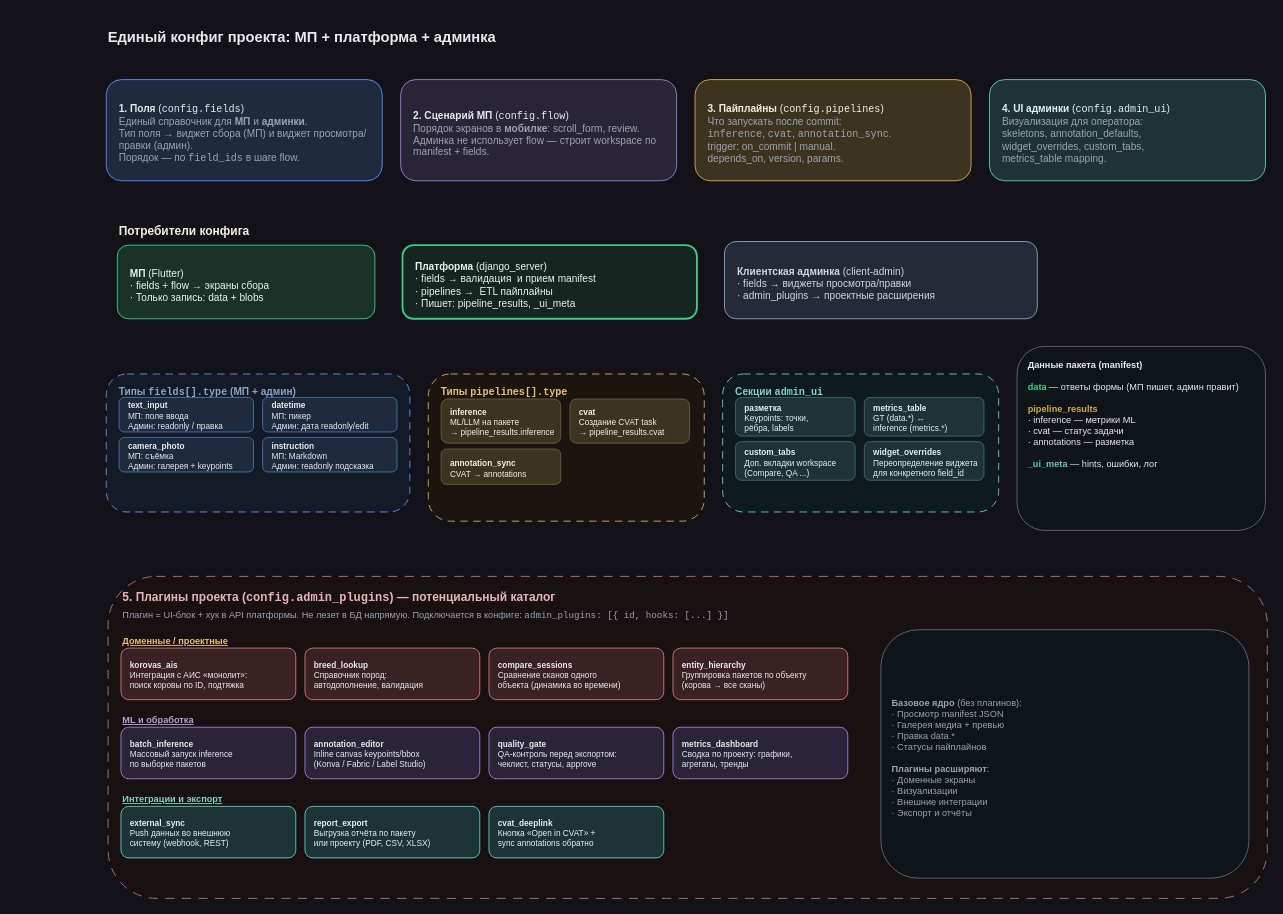
This is page "Единый конфиг — сущности (Путь C)" (1 of 2) of specs/main-scheme/07-unified-config-entities.drawio from epoch8/data-collector, a draw.io file, before an edit. Source tidied: cells renumbered, new cells numbered last; positions are measured from the earlier drawing's top-left corner, leaving out a move shared by most shapes. Both pictures are drawn from the tidied source at 92%, with x=0, y=0 at pixel (106, 22).
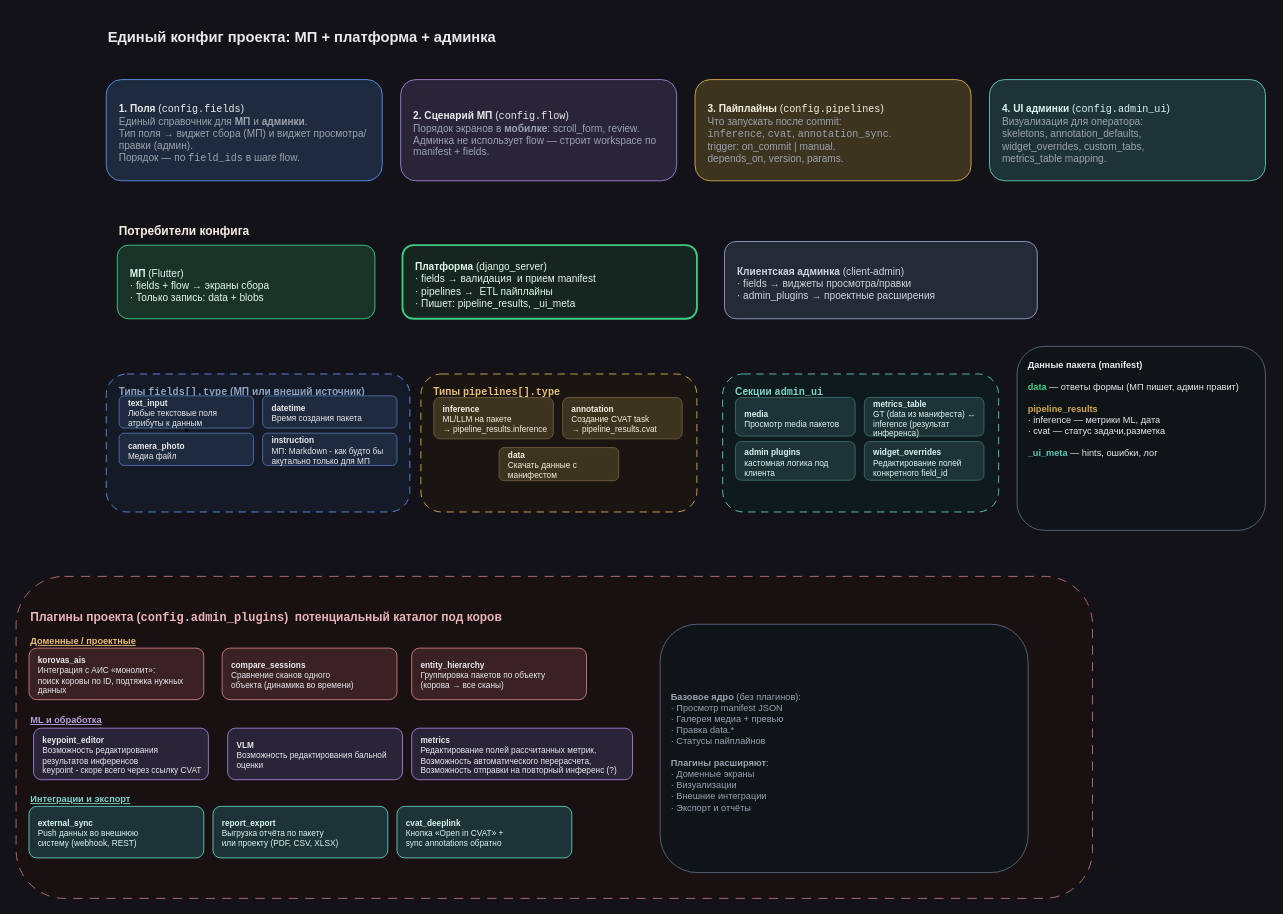
After the change.

Unchanged cells that the change refers to:
```xml
<mxCell id="15" style="group;" parent="1" vertex="1">
  <mxGeometry y="382" width="330" height="150" as="geometry" />
</mxCell>
<mxCell id="28" style="group;" parent="1" vertex="1">
  <mxGeometry x="670" y="382" width="300" height="150" as="geometry" />
</mxCell>
```

Diff of the diagram source:
```diff
@@
-    <mxCell id="17" value="Типы &lt;code&gt;fields[].type&lt;/code&gt; (МП + админ)" style="text;html=1;strokeColor=none;fillColor=none;align=left;fontSize=11;fontStyle=1;fontColor=#8BA3C4;" parent="15" vertex="1">
-      <mxGeometry x="12" y="6" width="300" height="15" as="geometry" />
+    <mxCell id="17" value="Типы &lt;code&gt;fields[].type&lt;/code&gt; (МП или внеший источник)" style="text;html=1;strokeColor=none;fillColor=none;align=left;fontSize=11;fontStyle=1;fontColor=#8BA3C4;" parent="15" vertex="1">
+      <mxGeometry x="12" y="5.6" width="300" height="14" as="geometry" />
     </mxCell>
+    <mxCell id="56" style="edgeStyle=none;html=1;exitX=0.5;exitY=1;exitDx=0;exitDy=0;entryX=0.5;entryY=0;entryDx=0;entryDy=0;" parent="15" edge="1" source="18" target="20">
+      <mxGeometry relative="1" as="geometry" />
+    </mxCell>
-    <mxCell id="18" value="&lt;b&gt;text_input&lt;/b&gt;&lt;br&gt;МП: поле ввода&lt;br&gt;Админ: readonly / правка" style="rounded=1;whiteSpace=wrap;html=1;align=left;spacingLeft=8;spacingTop=4;fillColor=#1e2a3d;strokeColor=#4a6fa8;fontColor=#E8EAED;fontSize=9;" parent="15" vertex="1">
-      <mxGeometry x="14" y="25.5" width="146" height="37.5" as="geometry" />
+    <mxCell id="18" value="&lt;b&gt;text_input&lt;/b&gt;&lt;br&gt;Любые текстовые поля атрибуты к данным" style="rounded=1;whiteSpace=wrap;html=1;align=left;spacingLeft=8;spacingTop=4;fillColor=#1e2a3d;strokeColor=#4a6fa8;fontColor=#E8EAED;fontSize=9;" parent="15" vertex="1">
+      <mxGeometry x="14" y="23.8" width="146" height="35" as="geometry" />
     </mxCell>
-    <mxCell id="19" value="&lt;b&gt;datetime&lt;/b&gt;&lt;br&gt;МП: пикер&lt;br&gt;Админ: дата readonly/edit" style="rounded=1;whiteSpace=wrap;html=1;align=left;spacingLeft=8;spacingTop=4;fillColor=#1e2a3d;strokeColor=#4a6fa8;fontColor=#E8EAED;fontSize=9;" parent="15" vertex="1">
-      <mxGeometry x="170" y="25.5" width="146" height="37.5" as="geometry" />
+    <mxCell id="19" value="&lt;b&gt;datetime&lt;/b&gt;&lt;br&gt;Время создания пакета" style="rounded=1;whiteSpace=wrap;html=1;align=left;spacingLeft=8;spacingTop=4;fillColor=#1e2a3d;strokeColor=#4a6fa8;fontColor=#E8EAED;fontSize=9;" parent="15" vertex="1">
+      <mxGeometry x="170" y="23.8" width="146" height="35" as="geometry" />
     </mxCell>
-    <mxCell id="20" value="&lt;b&gt;camera_photo&lt;/b&gt;&lt;br&gt;МП: съёмка&lt;br&gt;Админ: галерея + keypoints" style="rounded=1;whiteSpace=wrap;html=1;align=left;spacingLeft=8;spacingTop=4;fillColor=#1e2a3d;strokeColor=#4a6fa8;fontColor=#E8EAED;fontSize=9;" parent="15" vertex="1">
-      <mxGeometry x="14" y="69" width="146" height="37.5" as="geometry" />
+    <mxCell id="20" value="&lt;b&gt;camera_photo&lt;/b&gt;&lt;br&gt;Медиа файл" style="rounded=1;whiteSpace=wrap;html=1;align=left;spacingLeft=8;spacingTop=4;fillColor=#1e2a3d;strokeColor=#4a6fa8;fontColor=#E8EAED;fontSize=9;" parent="15" vertex="1">
+      <mxGeometry x="14" y="64.4" width="146" height="35" as="geometry" />
     </mxCell>
-    <mxCell id="21" value="&lt;b&gt;instruction&lt;/b&gt;&lt;br&gt;МП: Markdown&lt;br&gt;Админ: readonly подсказка" style="rounded=1;whiteSpace=wrap;html=1;align=left;spacingLeft=8;spacingTop=4;fillColor=#1e2a3d;strokeColor=#4a6fa8;fontColor=#E8EAED;fontSize=9;" parent="15" vertex="1">
-      <mxGeometry x="170" y="69" width="146" height="37.5" as="geometry" />
+    <mxCell id="21" value="&lt;b&gt;instruction&lt;/b&gt;&lt;br&gt;МП: Markdown - как будто бы акутально только для МП" style="rounded=1;whiteSpace=wrap;html=1;align=left;spacingLeft=8;spacingTop=4;fillColor=#1e2a3d;strokeColor=#4a6fa8;fontColor=#E8EAED;fontSize=9;" parent="15" vertex="1">
+      <mxGeometry x="170" y="64.4" width="146" height="35" as="geometry" />
     </mxCell>
     <mxCell id="22" style="group;" parent="1" vertex="1">
-      <mxGeometry x="350" y="382" width="300" height="160" as="geometry" />
+      <mxGeometry x="342" y="382" width="300" height="150" as="geometry" />
     </mxCell>
     <mxCell id="23" style="rounded=1;whiteSpace=wrap;html=1;dashed=1;dashPattern=8 6;strokeColor=#D4A84B;fillColor=#1a1510;fontSize=10;strokeWidth=1;" parent="22" vertex="1">
-      <mxGeometry width="300" height="160" as="geometry" />
+      <mxGeometry width="300" height="150" as="geometry" />
     </mxCell>
     <mxCell id="24" value="Типы &lt;code&gt;pipelines[].type&lt;/code&gt;" style="text;html=1;strokeColor=none;fillColor=none;align=left;fontSize=11;fontStyle=1;fontColor=#E8C078;" parent="22" vertex="1">
-      <mxGeometry x="12" y="6.4" width="280" height="16" as="geometry" />
+      <mxGeometry x="12" y="6" width="280" height="15" as="geometry" />
     </mxCell>
     <mxCell id="25" value="&lt;b&gt;inference&lt;/b&gt;&lt;br&gt;ML/LLM на пакете&lt;br&gt;→ pipeline_results.inference" style="rounded=1;whiteSpace=wrap;html=1;align=left;spacingLeft=8;spacingTop=4;fillColor=#3d3420;strokeColor=#6a5a40;fontColor=#F5EFE0;fontSize=9;" parent="22" vertex="1">
-      <mxGeometry x="14" y="27.2" width="130" height="48" as="geometry" />
+      <mxGeometry x="14" y="25.5" width="130" height="45" as="geometry" />
     </mxCell>
-    <mxCell id="26" value="&lt;b&gt;cvat&lt;/b&gt;&lt;br&gt;Создание CVAT task&lt;br&gt;→ pipeline_results.cvat" style="rounded=1;whiteSpace=wrap;html=1;align=left;spacingLeft=8;spacingTop=4;fillColor=#3d3420;strokeColor=#6a5a40;fontColor=#F5EFE0;fontSize=9;" parent="22" vertex="1">
-      <mxGeometry x="154" y="27.2" width="130" height="48" as="geometry" />
+    <mxCell id="26" value="&lt;b&gt;annotation&lt;/b&gt;&lt;br&gt;Создание CVAT task&lt;br&gt;→ pipeline_results.cvat" style="rounded=1;whiteSpace=wrap;html=1;align=left;spacingLeft=8;spacingTop=4;fillColor=#3d3420;strokeColor=#6a5a40;fontColor=#F5EFE0;fontSize=9;" parent="22" vertex="1">
+      <mxGeometry x="154" y="25.5" width="130" height="45" as="geometry" />
     </mxCell>
-    <mxCell id="27" value="&lt;b&gt;annotation_sync&lt;/b&gt;&lt;br&gt;CVAT → annotations" style="rounded=1;whiteSpace=wrap;html=1;align=left;spacingLeft=8;spacingTop=4;fillColor=#3d3420;strokeColor=#6a5a40;fontColor=#F5EFE0;fontSize=9;" parent="22" vertex="1">
-      <mxGeometry x="14" y="81.6" width="130" height="38.4" as="geometry" />
-    </mxCell>
+    <mxCell id="57" value="&lt;b&gt;data&lt;/b&gt;&lt;br&gt;Скачать данные с манифестом" style="rounded=1;whiteSpace=wrap;html=1;align=left;spacingLeft=8;spacingTop=4;fillColor=#3d3420;strokeColor=#6a5a40;fontColor=#F5EFE0;fontSize=9;" parent="22" vertex="1">
+      <mxGeometry x="85" y="80" width="130" height="36" as="geometry" />
+    </mxCell>
@@
-    <mxCell id="31" value="&lt;b&gt;разметка&lt;/b&gt;&lt;br&gt;Keypoints: точки,&lt;br&gt;рёбра, labels" style="rounded=1;whiteSpace=wrap;html=1;align=left;spacingLeft=8;spacingTop=4;fillColor=#1e3338;strokeColor=#3a6b64;fontColor=#D8F5F0;fontSize=9;" parent="28" vertex="1">
+    <mxCell id="31" value="&lt;b&gt;media&lt;/b&gt;&lt;br&gt;Просмотр media пакетов&lt;b&gt;&amp;nbsp;&lt;/b&gt;&lt;br&gt;" style="rounded=1;whiteSpace=wrap;html=1;align=left;spacingLeft=8;spacingTop=4;fillColor=#1e3338;strokeColor=#3a6b64;fontColor=#D8F5F0;fontSize=9;" parent="28" vertex="1">
       <mxGeometry x="14" y="25.5" width="130" height="42" as="geometry" />
     </mxCell>
-    <mxCell id="32" value="&lt;b&gt;metrics_table&lt;/b&gt;&lt;br&gt;GT (data.*) ↔&lt;br&gt;inference (metrics.*)" style="rounded=1;whiteSpace=wrap;html=1;align=left;spacingLeft=8;spacingTop=4;fillColor=#1e3338;strokeColor=#3a6b64;fontColor=#D8F5F0;fontSize=9;" parent="28" vertex="1">
+    <mxCell id="32" value="&lt;b&gt;metrics_table&lt;/b&gt;&lt;br&gt;GT (data из манифеста) ↔&lt;br&gt;inference (результат инференса)" style="rounded=1;whiteSpace=wrap;html=1;align=left;spacingLeft=8;spacingTop=4;fillColor=#1e3338;strokeColor=#3a6b64;fontColor=#D8F5F0;fontSize=9;" parent="28" vertex="1">
       <mxGeometry x="154" y="25.5" width="130" height="42" as="geometry" />
     </mxCell>
-    <mxCell id="33" value="&lt;b&gt;custom_tabs&lt;/b&gt;&lt;br&gt;Доп. вкладки workspace&lt;br&gt;(Compare, QA ...)" style="rounded=1;whiteSpace=wrap;html=1;align=left;spacingLeft=8;spacingTop=4;fillColor=#1e3338;strokeColor=#3a6b64;fontColor=#D8F5F0;fontSize=9;" parent="28" vertex="1">
+    <mxCell id="33" value="&lt;b&gt;admin plugins&lt;/b&gt;&lt;br&gt;кастомная логика под клиента" style="rounded=1;whiteSpace=wrap;html=1;align=left;spacingLeft=8;spacingTop=4;fillColor=#1e3338;strokeColor=#3a6b64;fontColor=#D8F5F0;fontSize=9;" parent="28" vertex="1">
       <mxGeometry x="14" y="73.5" width="130" height="42" as="geometry" />
     </mxCell>
-    <mxCell id="34" value="&lt;b&gt;widget_overrides&lt;/b&gt;&lt;br&gt;Переопределение виджета&lt;br&gt;для конкретного field_id" style="rounded=1;whiteSpace=wrap;html=1;align=left;spacingLeft=8;spacingTop=4;fillColor=#1e3338;strokeColor=#3a6b64;fontColor=#D8F5F0;fontSize=9;" parent="28" vertex="1">
+    <mxCell id="34" value="&lt;b&gt;widget_overrides&lt;/b&gt;&lt;br&gt;Редактирование полей конкретного field_id" style="rounded=1;whiteSpace=wrap;html=1;align=left;spacingLeft=8;spacingTop=4;fillColor=#1e3338;strokeColor=#3a6b64;fontColor=#D8F5F0;fontSize=9;" parent="28" vertex="1">
       <mxGeometry x="154" y="73.5" width="130" height="42" as="geometry" />
     </mxCell>
@@
-    <mxCell id="36" value="&lt;b&gt;Данные пакета (manifest)&lt;/b&gt;&lt;br&gt;&lt;br&gt;&lt;span style=&quot;color:#3DCC85&quot;&gt;&lt;b&gt;data&lt;/b&gt;&lt;/span&gt; — ответы формы (МП пишет, админ правит)&lt;br&gt;&lt;br&gt;&lt;span style=&quot;color:#D4A84B&quot;&gt;&lt;b&gt;pipeline_results&lt;/b&gt;&lt;/span&gt;&lt;br&gt;· inference — метрики ML&lt;br&gt;· cvat — статус задачи&lt;br&gt;· annotations — разметка&lt;br&gt;&lt;br&gt;&lt;span style=&quot;color:#5BC9B8&quot;&gt;&lt;b&gt;_ui_meta&lt;/b&gt;&lt;/span&gt; — hints, ошибки, лог" style="text;html=1;strokeColor=none;fillColor=none;align=left;fontSize=10;fontColor=#E8EAED;" parent="1" vertex="1">
+    <mxCell id="36" value="&lt;b&gt;Данные пакета (manifest)&lt;/b&gt;&lt;br&gt;&lt;br&gt;&lt;span style=&quot;color:#3DCC85&quot;&gt;&lt;b&gt;data&lt;/b&gt;&lt;/span&gt; — ответы формы (МП пишет, админ правит)&lt;br&gt;&lt;br&gt;&lt;span style=&quot;color:#D4A84B&quot;&gt;&lt;b&gt;pipeline_results&lt;/b&gt;&lt;/span&gt;&lt;br&gt;· inference — метрики ML, дата&lt;br&gt;· cvat — статус задачи,разметка&lt;br&gt;&lt;br&gt;&lt;span style=&quot;color:#5BC9B8&quot;&gt;&lt;b&gt;_ui_meta&lt;/b&gt;&lt;/span&gt; — hints, ошибки, лог" style="text;html=1;strokeColor=none;fillColor=none;align=left;fontSize=10;fontColor=#E8EAED;" parent="1" vertex="1">
       <mxGeometry x="1000" y="360" width="250" height="184" as="geometry" />
     </mxCell>
     <mxCell id="37" style="group;" parent="1" vertex="1">
-      <mxGeometry x="2" y="602" width="1260" height="350" as="geometry" />
+      <mxGeometry x="-98" y="602" width="1260" height="350" as="geometry" />
     </mxCell>
     <mxCell id="38" style="rounded=1;whiteSpace=wrap;html=1;dashed=1;dashPattern=10 8;strokeColor=#c97a7e;fillColor=#1a1012;fontSize=10;strokeWidth=1;opacity=90;" parent="37" vertex="1">
-      <mxGeometry width="1260" height="350" as="geometry" />
+      <mxGeometry width="1170" height="350" as="geometry" />
     </mxCell>
-    <mxCell id="39" value="&lt;b&gt;5. Плагины проекта&lt;/b&gt; (&lt;code&gt;config.admin_plugins&lt;/code&gt;) — потенциальный каталог" style="text;html=1;strokeColor=none;fillColor=none;align=left;fontSize=13;fontStyle=1;fontColor=#e8b4b8;" parent="37" vertex="1">
-      <mxGeometry x="14" y="8" width="700" height="22" as="geometry" />
+    <mxCell id="39" value="&lt;b&gt;Плагины проекта&lt;/b&gt; (&lt;code&gt;config.admin_plugins&lt;/code&gt;)&amp;nbsp; потенциальный каталог под коров" style="text;html=1;strokeColor=none;fillColor=none;align=left;fontSize=13;fontStyle=1;fontColor=#e8b4b8;" parent="37" vertex="1">
+      <mxGeometry x="14" y="30" width="700" height="22" as="geometry" />
     </mxCell>
-    <mxCell id="40" value="&lt;span style=&quot;color:#9CA3AF&quot;&gt;Плагин = UI-блок + хук в API платформы. Не лезет в БД напрямую. Подключается в конфиге: &lt;code&gt;admin_plugins: [{ id, hooks: [...] }]&lt;/code&gt;&lt;/span&gt;" style="text;html=1;strokeColor=none;fillColor=none;align=left;fontSize=10;fontColor=#9CA3AF;" parent="37" vertex="1">
-      <mxGeometry x="14" y="30" width="700" height="22" as="geometry" />
-    </mxCell>
@@
-    <mxCell id="42" value="&lt;b&gt;korovas_ais&lt;/b&gt;&lt;br&gt;Интеграция с АИС «монолит»:&lt;br&gt;поиск коровы по ID, подтяжка" style="rounded=1;whiteSpace=wrap;html=1;align=left;spacingLeft=8;spacingTop=4;fillColor=#3a2224;strokeColor=#c97a7e;fontColor=#e8eaef;fontSize=9;" parent="37" vertex="1">
+    <mxCell id="42" value="&lt;b&gt;korovas_ais&lt;/b&gt;&lt;br&gt;Интеграция с АИС «монолит»:&lt;br&gt;поиск коровы по ID, подтяжка нужных данных&amp;nbsp;" style="rounded=1;whiteSpace=wrap;html=1;align=left;spacingLeft=8;spacingTop=4;fillColor=#3a2224;strokeColor=#c97a7e;fontColor=#e8eaef;fontSize=9;" parent="37" vertex="1">
       <mxGeometry x="14" y="78" width="190" height="56" as="geometry" />
     </mxCell>
-    <mxCell id="43" value="&lt;b&gt;breed_lookup&lt;/b&gt;&lt;br&gt;Справочник пород:&lt;br&gt;автодополнение, валидация" style="rounded=1;whiteSpace=wrap;html=1;align=left;spacingLeft=8;spacingTop=4;fillColor=#3a2224;strokeColor=#c97a7e;fontColor=#e8eaef;fontSize=9;" parent="37" vertex="1">
-      <mxGeometry x="214" y="78" width="190" height="56" as="geometry" />
-    </mxCell>
     <mxCell id="44" value="&lt;b&gt;compare_sessions&lt;/b&gt;&lt;br&gt;Сравнение сканов одного&lt;br&gt;объекта (динамика во времени)" style="rounded=1;whiteSpace=wrap;html=1;align=left;spacingLeft=8;spacingTop=4;fillColor=#3a2224;strokeColor=#c97a7e;fontColor=#e8eaef;fontSize=9;" parent="37" vertex="1">
-      <mxGeometry x="414" y="78" width="190" height="56" as="geometry" />
+      <mxGeometry x="224" y="78" width="190" height="56" as="geometry" />
     </mxCell>
     <mxCell id="45" value="&lt;b&gt;entity_hierarchy&lt;/b&gt;&lt;br&gt;Группировка пакетов по объекту&lt;br&gt;(корова → все сканы)" style="rounded=1;whiteSpace=wrap;html=1;align=left;spacingLeft=8;spacingTop=4;fillColor=#3a2224;strokeColor=#c97a7e;fontColor=#e8eaef;fontSize=9;" parent="37" vertex="1">
-      <mxGeometry x="614" y="78" width="190" height="56" as="geometry" />
+      <mxGeometry x="430" y="78" width="190" height="56" as="geometry" />
     </mxCell>
@@
-    <mxCell id="47" value="&lt;b&gt;batch_inference&lt;/b&gt;&lt;br&gt;Массовый запуск inference&lt;br&gt;по выборке пакетов" style="rounded=1;whiteSpace=wrap;html=1;align=left;spacingLeft=8;spacingTop=4;fillColor=#2a2438;strokeColor=#9B7ED0;fontColor=#E8EAED;fontSize=9;" parent="37" vertex="1">
-      <mxGeometry x="14" y="164" width="190" height="56" as="geometry" />
-    </mxCell>
-    <mxCell id="48" value="&lt;b&gt;annotation_editor&lt;/b&gt;&lt;br&gt;Inline canvas keypoints/bbox&lt;br&gt;(Konva / Fabric / Label Studio)" style="rounded=1;whiteSpace=wrap;html=1;align=left;spacingLeft=8;spacingTop=4;fillColor=#2a2438;strokeColor=#9B7ED0;fontColor=#E8EAED;fontSize=9;" parent="37" vertex="1">
-      <mxGeometry x="214" y="164" width="190" height="56" as="geometry" />
+    <mxCell id="48" value="&lt;b&gt;keypoint_editor&lt;/b&gt;&lt;br&gt;Возможность редактирования&amp;nbsp; результатов инференсов&amp;nbsp;&lt;br&gt;keypoint - скоре всего через ссылку CVAT" style="rounded=1;whiteSpace=wrap;html=1;align=left;spacingLeft=8;spacingTop=4;fillColor=#2a2438;strokeColor=#9B7ED0;fontColor=#E8EAED;fontSize=9;" parent="37" vertex="1">
+      <mxGeometry x="19" y="165" width="190" height="56" as="geometry" />
     </mxCell>
-    <mxCell id="49" value="&lt;b&gt;quality_gate&lt;/b&gt;&lt;br&gt;QA-контроль перед экспортом:&lt;br&gt;чеклист, статусы, approve" style="rounded=1;whiteSpace=wrap;html=1;align=left;spacingLeft=8;spacingTop=4;fillColor=#2a2438;strokeColor=#9B7ED0;fontColor=#E8EAED;fontSize=9;" parent="37" vertex="1">
-      <mxGeometry x="414" y="164" width="190" height="56" as="geometry" />
+    <mxCell id="49" value="&lt;b&gt;VLM&amp;nbsp;&lt;/b&gt;&lt;br&gt;Возможность редактирования бальной оценки&amp;nbsp;" style="rounded=1;whiteSpace=wrap;html=1;align=left;spacingLeft=8;spacingTop=4;fillColor=#2a2438;strokeColor=#9B7ED0;fontColor=#E8EAED;fontSize=9;" parent="37" vertex="1">
+      <mxGeometry x="230" y="165" width="190" height="56" as="geometry" />
     </mxCell>
-    <mxCell id="50" value="&lt;b&gt;metrics_dashboard&lt;/b&gt;&lt;br&gt;Сводка по проекту: графики,&lt;br&gt;агрегаты, тренды" style="rounded=1;whiteSpace=wrap;html=1;align=left;spacingLeft=8;spacingTop=4;fillColor=#2a2438;strokeColor=#9B7ED0;fontColor=#E8EAED;fontSize=9;" parent="37" vertex="1">
-      <mxGeometry x="614" y="164" width="190" height="56" as="geometry" />
+    <mxCell id="50" value="&lt;b&gt;metrics&lt;/b&gt;&lt;br&gt;Редактирование полей рассчитанных метрик,&amp;nbsp;&lt;br&gt;Возможность автоматического перерасчета,&lt;br&gt;Возможность отправки на повторный инференс (?)&amp;nbsp;" style="rounded=1;whiteSpace=wrap;html=1;align=left;spacingLeft=8;spacingTop=4;fillColor=#2a2438;strokeColor=#9B7ED0;fontColor=#E8EAED;fontSize=9;" parent="37" vertex="1">
+      <mxGeometry x="430" y="165" width="240" height="56" as="geometry" />
     </mxCell>
@@
     <mxCell id="55" value="&lt;b&gt;Базовое ядро&lt;/b&gt; (без плагинов):&lt;br&gt;· Просмотр manifest JSON&lt;br&gt;· Галерея медиа + превью&lt;br&gt;· Правка data.*&lt;br&gt;· Статусы пайплайнов&lt;br&gt;&lt;br&gt;&lt;b&gt;Плагины расширяют&lt;/b&gt;:&lt;br&gt;· Доменные экраны&lt;br&gt;· Визуализации&lt;br&gt;· Внешние интеграции&lt;br&gt;· Экспорт и отчёты" style="rounded=1;whiteSpace=wrap;html=1;align=left;spacingLeft=10;spacingTop=8;fillColor=#0f1419;strokeColor=#5a6578;fontColor=#9CA3AF;fontSize=10;" parent="37" vertex="1">
-      <mxGeometry x="840" y="58" width="400" height="270" as="geometry" />
+      <mxGeometry x="700" y="52" width="400" height="270" as="geometry" />
     </mxCell>
```
